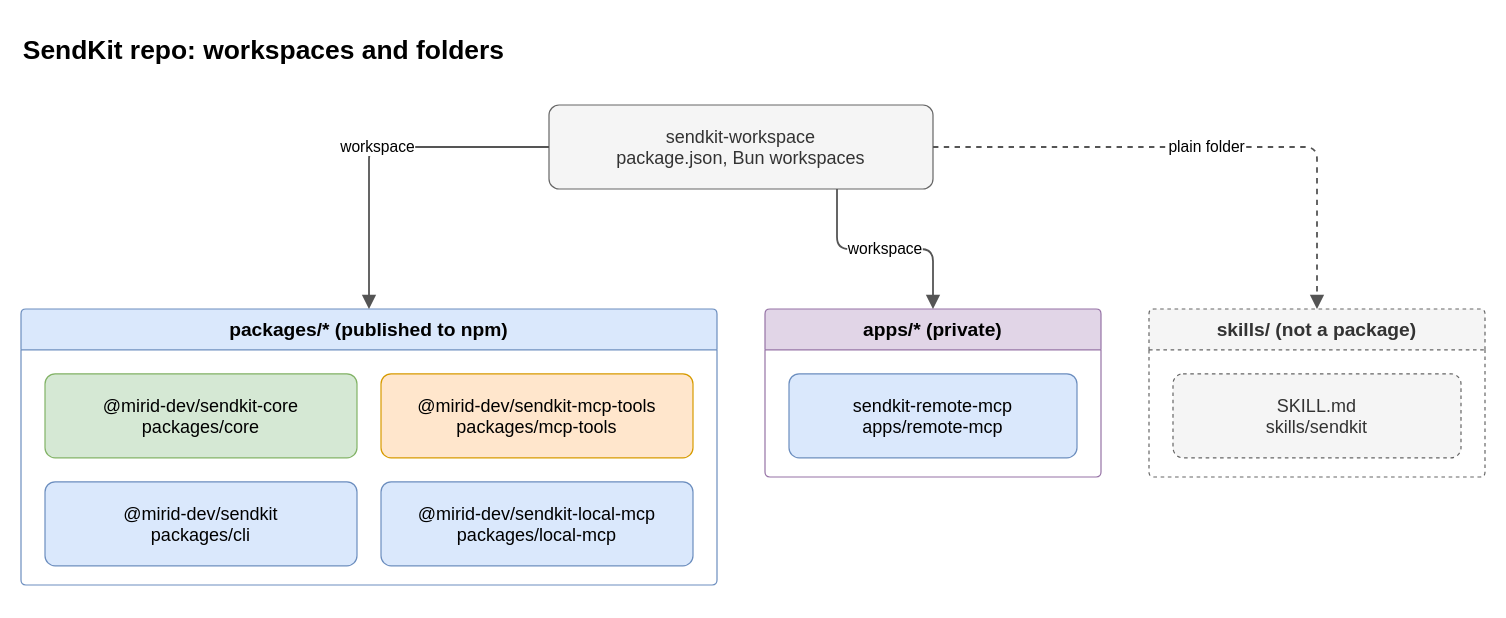
The draw.io diagram notes/diagrams/04-package-map.drawio in Ky-Ling/sendkit, before the edit. Source tidied: cells renumbered, new cells numbered last; positions are measured from the earlier drawing's top-left corner, leaving out a move shared by most shapes. Both pictures are drawn from the tidied source at 120%, with x=0, y=0 at pixel (20, 20).
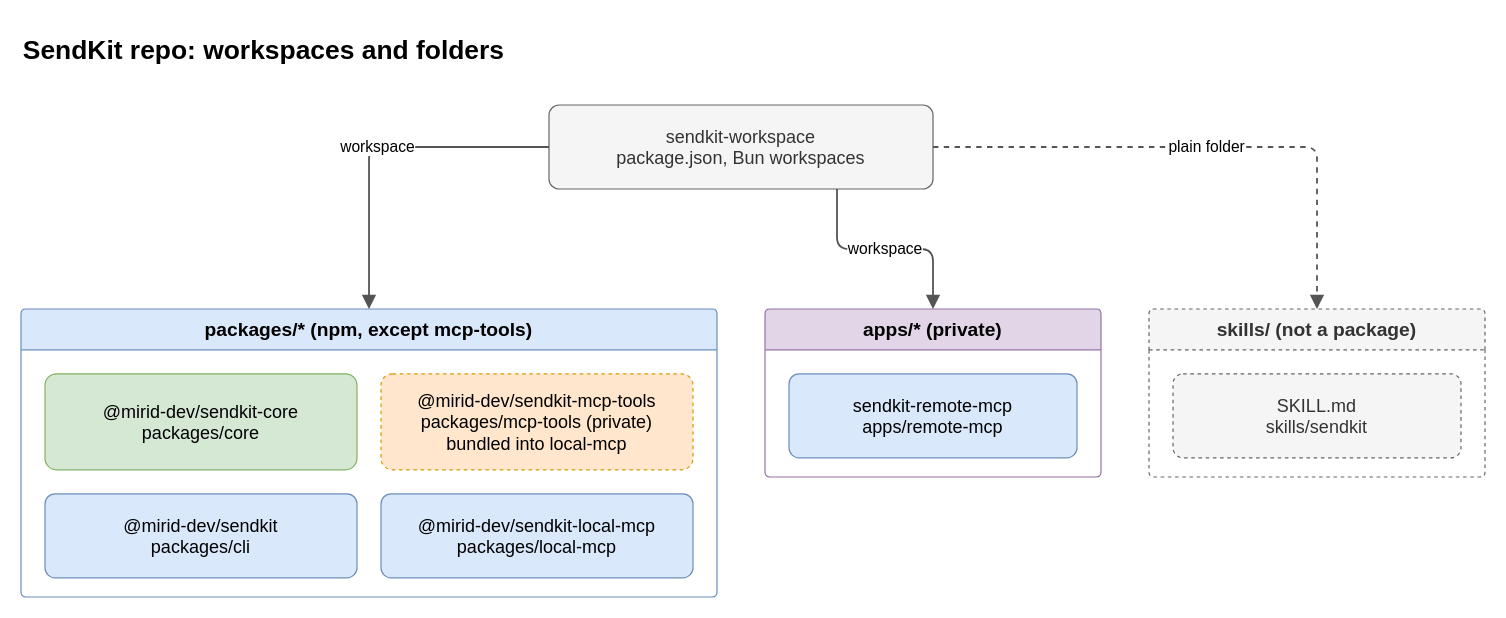
The same page after the edit.

Commit message (it also covers changes not shown here):
docs(notes): document the private mcp-tools, shared tsdown config, and core input rules

Change to the diagram source:
```diff
@@
 <mxGraphModel>
   <root>
     <mxCell id="0" />
     <mxCell id="1" parent="0" />
     <mxCell id="2" value="SendKit repo: workspaces and folders" style="whiteSpace=wrap;html=1;text;align=left;verticalAlign=middle;fontSize=22;fontStyle=1;" parent="1" vertex="1">
       <mxGeometry width="1200" height="50" as="geometry" />
     </mxCell>
     <mxCell id="3" value="sendkit-workspace&#10;package.json, Bun workspaces" style="rounded=1;arcSize=12;whiteSpace=wrap;html=1;fillColor=#f5f5f5;strokeColor=#666666;fontColor=#333333;fontSize=15;" parent="1" vertex="1">
       <mxGeometry x="440" y="70" width="320" height="70" as="geometry" />
     </mxCell>
-    <mxCell id="4" value="packages/* (published to npm)" style="swimlane;startSize=34;rounded=1;arcSize=4;whiteSpace=wrap;html=1;fillColor=#dae8fc;strokeColor=#6c8ebf;fontSize=16;fontStyle=1;" parent="1" vertex="1">
-      <mxGeometry y="240" width="580" height="230" as="geometry" />
+    <mxCell id="4" value="packages/* (npm, except mcp-tools)" style="swimlane;startSize=34;rounded=1;arcSize=4;whiteSpace=wrap;html=1;fillColor=#dae8fc;strokeColor=#6c8ebf;fontSize=16;fontStyle=1;" parent="1" vertex="1">
+      <mxGeometry y="240" width="580" height="240" as="geometry" />
     </mxCell>
     <mxCell id="5" value="@mirid-dev/sendkit-core&#10;packages/core" style="rounded=1;arcSize=12;whiteSpace=wrap;html=1;fillColor=#d5e8d4;strokeColor=#82b366;fontSize=15;" parent="4" vertex="1">
-      <mxGeometry x="20" y="54" width="260" height="70" as="geometry" />
+      <mxGeometry x="20" y="54" width="260" height="80" as="geometry" />
     </mxCell>
-    <mxCell id="6" value="@mirid-dev/sendkit-mcp-tools&#10;packages/mcp-tools" style="rounded=1;arcSize=12;whiteSpace=wrap;html=1;fillColor=#ffe6cc;strokeColor=#d79b00;fontSize=15;" parent="4" vertex="1">
-      <mxGeometry x="300" y="54" width="260" height="70" as="geometry" />
+    <mxCell id="6" value="@mirid-dev/sendkit-mcp-tools&#10;packages/mcp-tools (private)&#10;bundled into local-mcp" style="rounded=1;arcSize=12;whiteSpace=wrap;html=1;fillColor=#ffe6cc;strokeColor=#d79b00;dashed=1;fontSize=15;" parent="4" vertex="1">
+      <mxGeometry x="300" y="54" width="260" height="80" as="geometry" />
     </mxCell>
     <mxCell id="7" value="@mirid-dev/sendkit&#10;packages/cli" style="rounded=1;arcSize=12;whiteSpace=wrap;html=1;fillColor=#dae8fc;strokeColor=#6c8ebf;fontSize=15;" parent="4" vertex="1">
-      <mxGeometry x="20" y="144" width="260" height="70" as="geometry" />
+      <mxGeometry x="20" y="154" width="260" height="70" as="geometry" />
     </mxCell>
     <mxCell id="8" value="@mirid-dev/sendkit-local-mcp&#10;packages/local-mcp" style="rounded=1;arcSize=12;whiteSpace=wrap;html=1;fillColor=#dae8fc;strokeColor=#6c8ebf;fontSize=15;" parent="4" vertex="1">
-      <mxGeometry x="300" y="144" width="260" height="70" as="geometry" />
+      <mxGeometry x="300" y="154" width="260" height="70" as="geometry" />
     </mxCell>
     <mxCell id="9" value="apps/* (private)" style="swimlane;startSize=34;rounded=1;arcSize=4;whiteSpace=wrap;html=1;fillColor=#e1d5e7;strokeColor=#9673a6;fontSize=16;fontStyle=1;" parent="1" vertex="1">
       <mxGeometry x="620" y="240" width="280" height="140" as="geometry" />
     </mxCell>
     <mxCell id="10" value="sendkit-remote-mcp&#10;apps/remote-mcp" style="rounded=1;arcSize=12;whiteSpace=wrap;html=1;fillColor=#dae8fc;strokeColor=#6c8ebf;fontSize=15;" parent="9" vertex="1">
       <mxGeometry x="20" y="54" width="240" height="70" as="geometry" />
     </mxCell>
     <mxCell id="11" value="skills/ (not a package)" style="swimlane;startSize=34;rounded=1;arcSize=4;whiteSpace=wrap;html=1;fillColor=#f5f5f5;strokeColor=#666666;fontColor=#333333;dashed=1;fontSize=16;fontStyle=1;" parent="1" vertex="1">
       <mxGeometry x="940" y="240" width="280" height="140" as="geometry" />
     </mxCell>
     <mxCell id="12" value="SKILL.md&#10;skills/sendkit" style="rounded=1;arcSize=12;whiteSpace=wrap;html=1;fillColor=#f5f5f5;strokeColor=#666666;fontColor=#333333;dashed=1;fontSize=15;" parent="11" vertex="1">
       <mxGeometry x="20" y="54" width="240" height="70" as="geometry" />
     </mxCell>
     <mxCell id="13" value="workspace" style="edgeStyle=orthogonalEdgeStyle;rounded=1;jettySize=auto;html=1;endArrow=block;endSize=8;strokeWidth=1.5;strokeColor=#555555;fontSize=13;labelBackgroundColor=#ffffff;exitX=0;exitY=0.5;exitDx=0;exitDy=0;entryX=0.5;entryY=0;entryDx=0;entryDy=0;" parent="1" edge="1" source="3" target="4">
       <mxGeometry relative="1" as="geometry" />
     </mxCell>
     <mxCell id="14" value="workspace" style="edgeStyle=orthogonalEdgeStyle;rounded=1;jettySize=auto;html=1;endArrow=block;endSize=8;strokeWidth=1.5;strokeColor=#555555;fontSize=13;labelBackgroundColor=#ffffff;exitX=0.75;exitY=1;exitDx=0;exitDy=0;entryX=0.5;entryY=0;entryDx=0;entryDy=0;" parent="1" edge="1" source="3" target="9">
       <mxGeometry relative="1" as="geometry" />
     </mxCell>
     <mxCell id="15" value="plain folder" style="edgeStyle=orthogonalEdgeStyle;rounded=1;jettySize=auto;html=1;endArrow=block;endSize=8;strokeWidth=1.5;strokeColor=#555555;fontSize=13;labelBackgroundColor=#ffffff;exitX=1;exitY=0.5;exitDx=0;exitDy=0;entryX=0.5;entryY=0;entryDx=0;entryDy=0;dashed=1;" parent="1" edge="1" source="3" target="11">
       <mxGeometry relative="1" as="geometry" />
     </mxCell>
   </root>
 </mxGraphModel>
```
